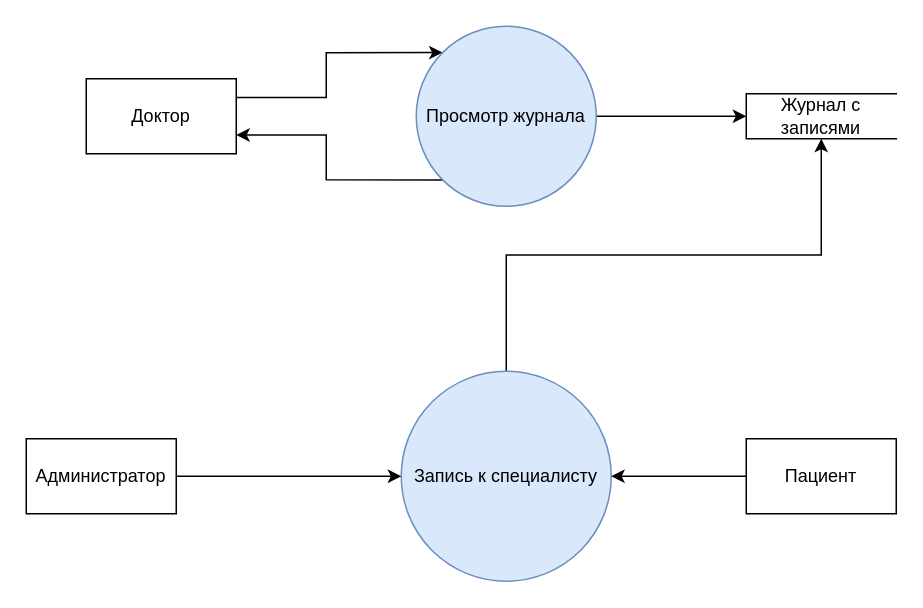
The draw.io diagram Task1/appointment_DFD.drawio in bogdan-r/architecture-medikamente, before the edit. Source tidied: cells renumbered, new cells numbered last; positions are measured from the earlier drawing's top-left corner, leaving out a move shared by most shapes. Both pictures are drawn from the tidied source at 150%, with x=0, y=0 at pixel (26, 26).
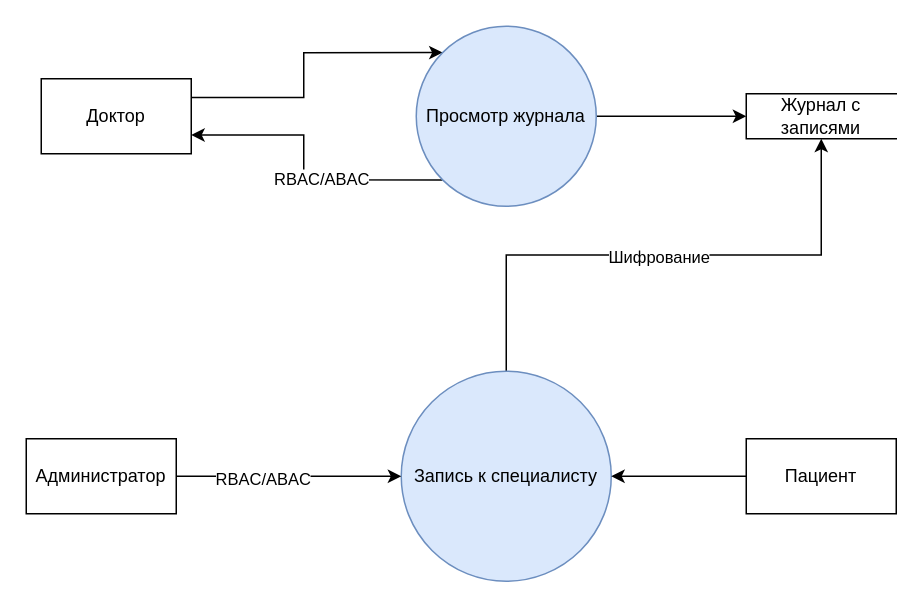
After the change.

Change to the diagram source:
```diff
@@
 <mxGraphModel>
   <root>
     <mxCell id="0" />
     <mxCell id="1" parent="0" />
     <mxCell id="2" style="edgeStyle=orthogonalEdgeStyle;rounded=0;jettySize=auto;html=1;exitX=0.5;exitY=0;exitDx=0;exitDy=0;entryX=0.5;entryY=1;entryDx=0;entryDy=0;" parent="1" edge="1" source="3" target="8">
       <mxGeometry relative="1" as="geometry" />
     </mxCell>
+    <mxCell id="14" value="Шифрование" style="edgeLabel;html=1;align=center;verticalAlign=middle;" parent="2" vertex="1">
+      <mxGeometry x="-0.02" relative="1" as="geometry">
+        <mxPoint y="1" as="offset" />
+      </mxGeometry>
+    </mxCell>
     <mxCell id="3" value="Запись к специалисту" style="shape=ellipse;html=1;dashed=0;whiteSpace=wrap;perimeter=ellipsePerimeter;fillColor=#dae8fc;strokeColor=#6c8ebf;" parent="1" vertex="1">
       <mxGeometry x="250" y="230" width="140" height="140" as="geometry" />
     </mxCell>
     <mxCell id="4" style="edgeStyle=orthogonalEdgeStyle;rounded=0;jettySize=auto;html=1;exitX=0;exitY=0.5;exitDx=0;exitDy=0;entryX=1;entryY=0.5;entryDx=0;entryDy=0;" parent="1" edge="1" source="5" target="3">
       <mxGeometry relative="1" as="geometry" />
     </mxCell>
     <mxCell id="5" value="Пациент" style="html=1;dashed=0;whiteSpace=wrap;" parent="1" vertex="1">
       <mxGeometry x="480" y="275" width="100" height="50" as="geometry" />
     </mxCell>
     <mxCell id="6" style="edgeStyle=orthogonalEdgeStyle;rounded=0;jettySize=auto;html=1;exitX=1;exitY=0.25;exitDx=0;exitDy=0;entryX=0;entryY=0;entryDx=0;entryDy=0;" parent="1" edge="1" source="7" target="13">
       <mxGeometry relative="1" as="geometry" />
     </mxCell>
     <mxCell id="7" value="Доктор" style="html=1;dashed=0;whiteSpace=wrap;" parent="1" vertex="1">
-      <mxGeometry x="40" y="35" width="100" height="50" as="geometry" />
+      <mxGeometry x="10" y="35" width="100" height="50" as="geometry" />
     </mxCell>
     <mxCell id="8" value="Журнал с записями" style="html=1;dashed=0;whiteSpace=wrap;shape=partialRectangle;right=0;" parent="1" vertex="1">
       <mxGeometry x="480" y="45" width="100" height="30" as="geometry" />
     </mxCell>
     <mxCell id="9" style="edgeStyle=orthogonalEdgeStyle;rounded=0;jettySize=auto;html=1;exitX=1;exitY=0.5;exitDx=0;exitDy=0;entryX=0;entryY=0.5;entryDx=0;entryDy=0;" parent="1" edge="1" source="10" target="3">
       <mxGeometry relative="1" as="geometry" />
     </mxCell>
+    <mxCell id="15" value="RBAC/ABAC" style="edgeLabel;html=1;align=center;verticalAlign=middle;" parent="9" vertex="1">
+      <mxGeometry x="-0.24" y="-1" relative="1" as="geometry" />
+    </mxCell>
     <mxCell id="10" value="&lt;div&gt;Администратор&lt;/div&gt;" style="html=1;dashed=0;whiteSpace=wrap;" parent="1" vertex="1">
       <mxGeometry y="275" width="100" height="50" as="geometry" />
     </mxCell>
     <mxCell id="11" style="edgeStyle=orthogonalEdgeStyle;rounded=0;jettySize=auto;html=1;exitX=1;exitY=0.5;exitDx=0;exitDy=0;entryX=0;entryY=0.5;entryDx=0;entryDy=0;" parent="1" edge="1" source="13" target="8">
       <mxGeometry relative="1" as="geometry" />
     </mxCell>
     <mxCell id="12" style="edgeStyle=orthogonalEdgeStyle;rounded=0;jettySize=auto;html=1;exitX=0;exitY=1;exitDx=0;exitDy=0;entryX=1;entryY=0.75;entryDx=0;entryDy=0;" parent="1" edge="1" source="13" target="7">
       <mxGeometry relative="1" as="geometry" />
     </mxCell>
+    <mxCell id="16" value="RBAC/ABAC" style="edgeLabel;html=1;align=center;verticalAlign=middle;" parent="12" vertex="1">
+      <mxGeometry x="-0.18" y="-1" relative="1" as="geometry" />
+    </mxCell>
     <mxCell id="13" value="Просмотр журнала" style="shape=ellipse;html=1;dashed=0;whiteSpace=wrap;perimeter=ellipsePerimeter;fillColor=#dae8fc;strokeColor=#6c8ebf;" parent="1" vertex="1">
       <mxGeometry x="260" width="120" height="120" as="geometry" />
     </mxCell>
   </root>
 </mxGraphModel>
```
